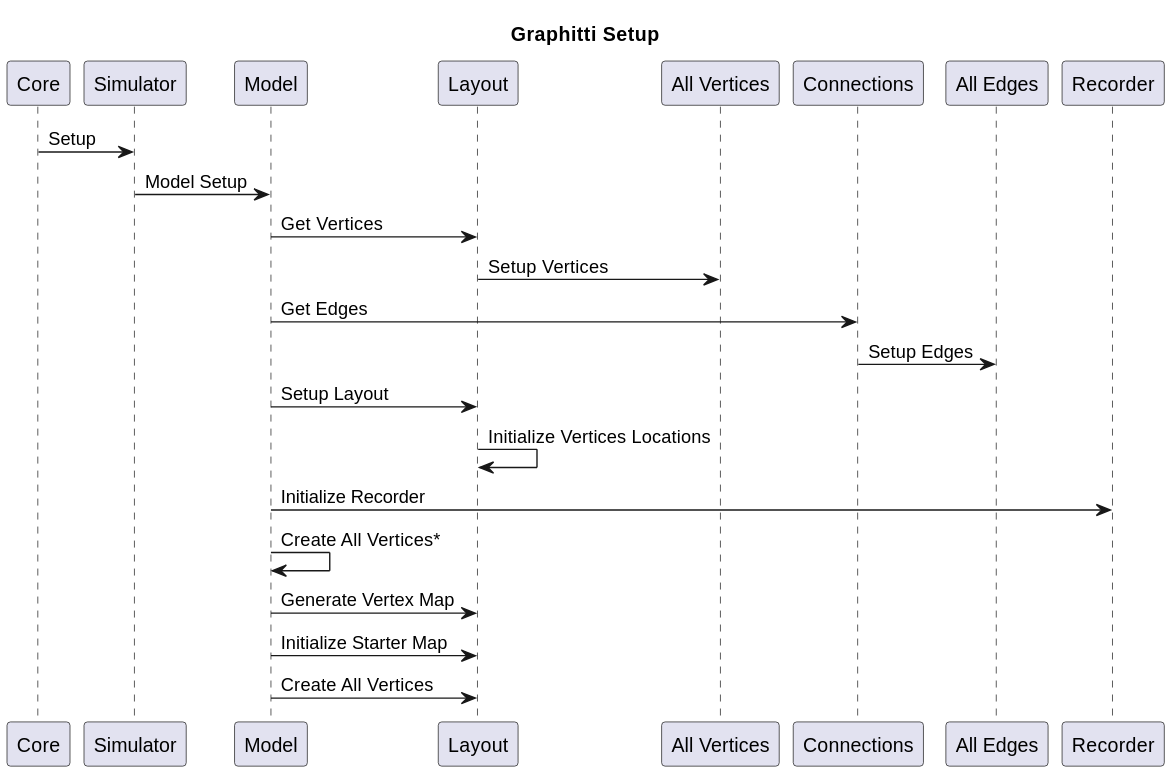
The PlantUML diagram docs/Developer/SequenceDiagrams/diagrams/simulatorSetup.svg in UWB-Biocomputing/Graphitti, before a commit. The source it was exported from:
```plantuml
@startuml graphitti setup

title Graphitti Setup

Core -> Simulator: Setup
Simulator -> Model: Model Setup
Model -> Layout: Get Vertices
Layout -> "All Vertices": Setup Vertices
Model -> Connections: Get Edges
Connections -> "All Edges": Setup Edges
Model -> Layout: Setup Layout
Layout -> Layout: Initialize Vertices Locations
Model -> Recorder: Initialize Recorder
Model -> Model: Create All Vertices*
Model -> Layout: Generate Vertex Map
Model -> Layout: Initialize Starter Map
Model -> Layout: Create All Vertices

@enduml
```
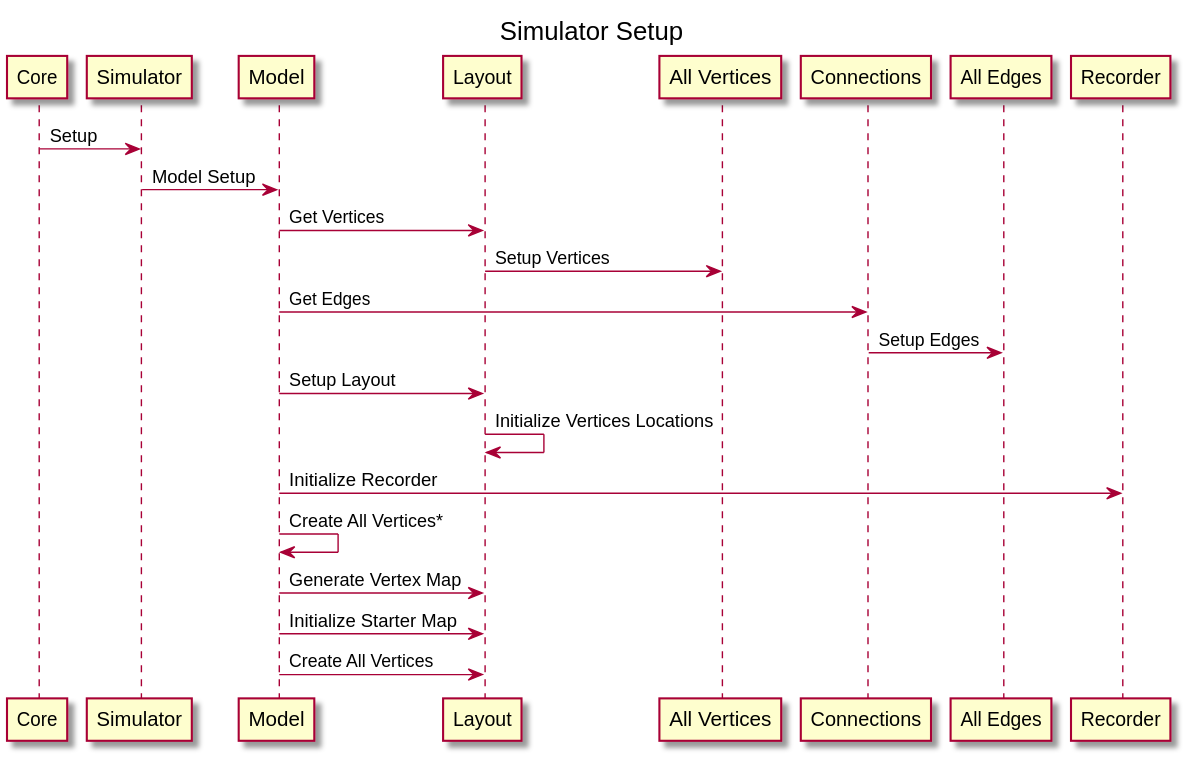
Later version of the same file.

Commit message:
Generate SVG and PNG images for PlantUML diagrams

The edit, as a diff of the source:
```diff
@@ -1,6 +1,6 @@
-@startuml graphitti setup
+@startuml simulatorSetup
 
-title Graphitti Setup
+title Simulator Setup
 
 Core -> Simulator: Setup
 Simulator -> Model: Model Setup
```
